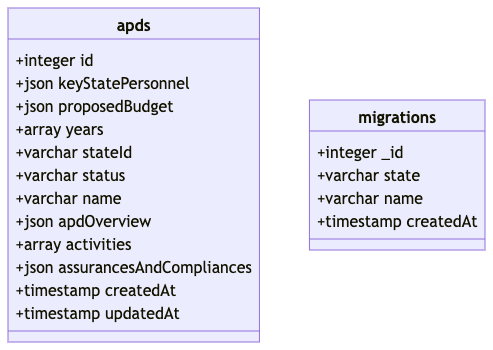
The Mermaid diagram documentation/mongo_database-diagram.png in Enterprise-CMCS/eAPD, before a commit. Its source is kept beside it as documentation/mongo_database-diagram.mmd. Source of this version:
```mermaid
classDiagram
class apds {
  +integer id
  +json keyStatePersonnel
  +json proposedBudget
  +array years
  +varchar stateId
  +varchar status
  +varchar name
  +json apdOverview
  +array activities
  +json assurancesAndCompliances
  +timestamp createdAt
  +timestamp updatedAt
}
class migrations {
  +integer _id
  +varchar state
  +varchar name
  +timestamp createdAt
}
```
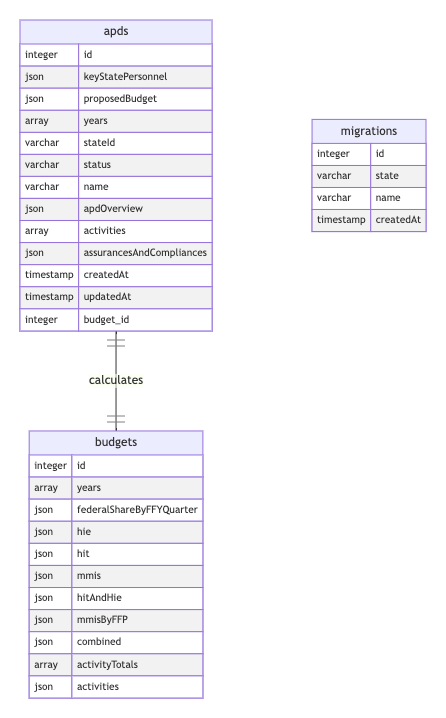
Later version of the same file.

The edit, as a diff of the source:
```diff
@@ -1,21 +1,36 @@
-classDiagram
-class apds {
-  +integer id
-  +json keyStatePersonnel
-  +json proposedBudget
-  +array years
-  +varchar stateId
-  +varchar status
-  +varchar name
-  +json apdOverview
-  +array activities
-  +json assurancesAndCompliances
-  +timestamp createdAt
-  +timestamp updatedAt
+erDiagram
+apds {
+  integer id
+  json keyStatePersonnel
+  json proposedBudget
+  array years
+  varchar stateId
+  varchar status
+  varchar name
+  json apdOverview
+  array activities
+  json assurancesAndCompliances
+  timestamp createdAt
+  timestamp updatedAt
+  integer budget_id
 }
-class migrations {
-  +integer _id
-  +varchar state
-  +varchar name
-  +timestamp createdAt
+budgets {
+  integer id
+  array years
+  json federalShareByFFYQuarter
+  json hie
+  json hit
+  json mmis
+  json hitAndHie
+  json mmisByFFP
+  json combined
+  array activityTotals
+  json activities
 }
+migrations {
+  integer id
+  varchar state
+  varchar name
+  timestamp createdAt
+}
+apds ||--|| budgets : calculates
```
